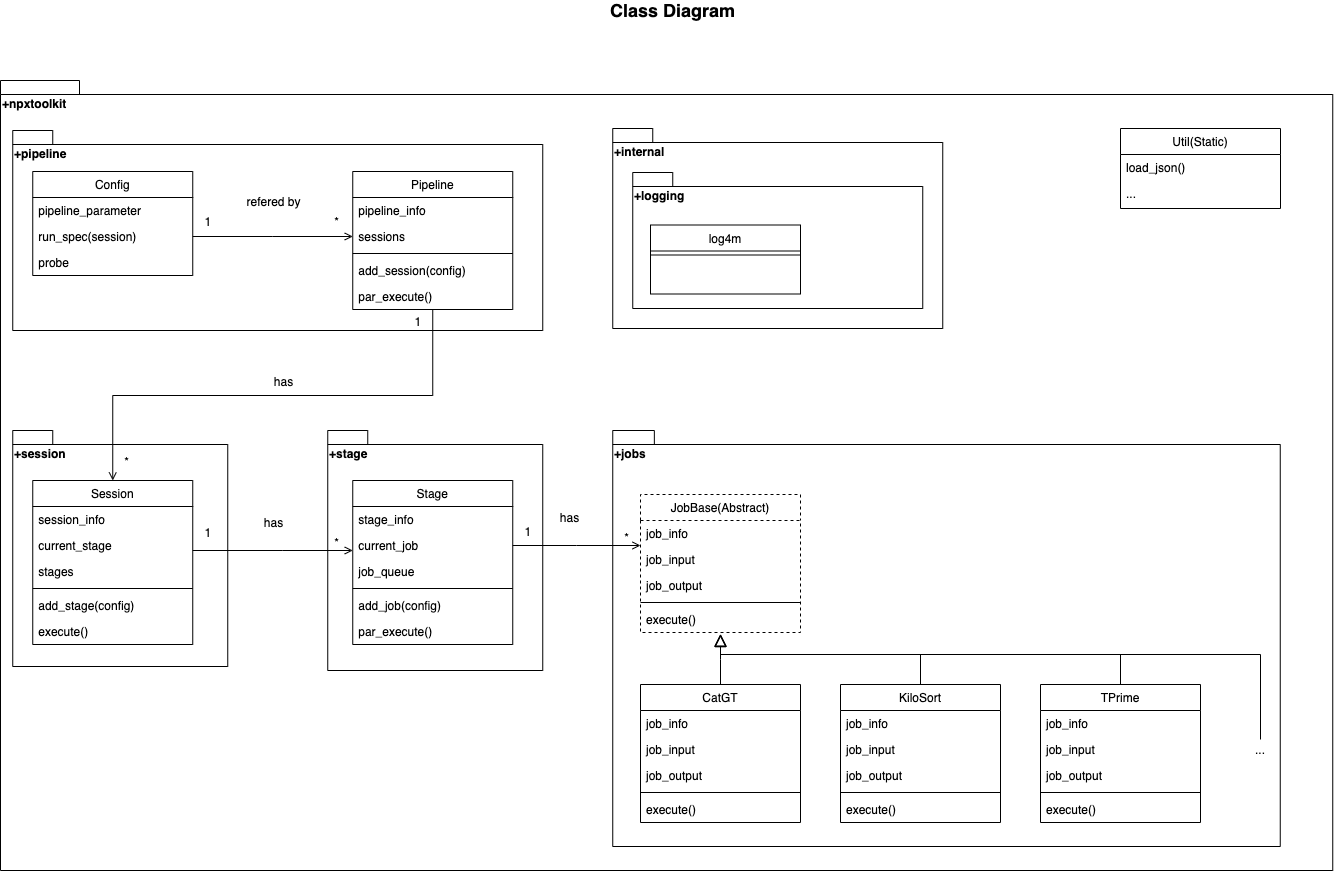
Before: docs/class_diagram.drawio.png, a diagram exported from draw.io (MATLAB-Community-Toolboxes-at-INCF/neuropixels-toolkit). Source tidied: cells renumbered, new cells last; positions are measured from the earlier drawing's top-left corner, leaving out a move shared by most shapes.
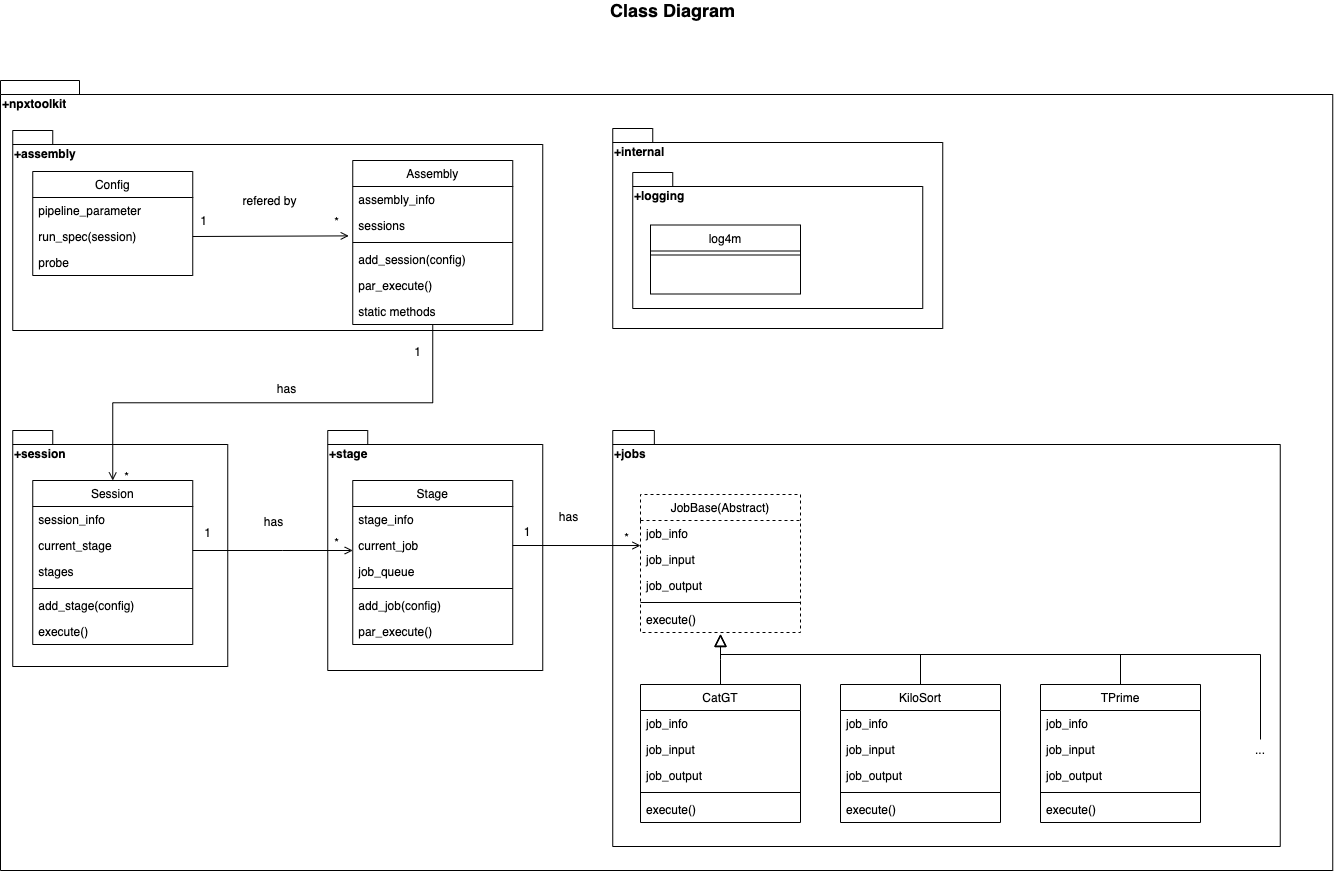
Later version of the same file.

The edit, as a diff of the source:
```diff
@@ -11,18 +11,9 @@
     <mxCell id="4" value="+stage&lt;span style=&quot;color: rgba(0 , 0 , 0 , 0) ; font-family: monospace ; font-size: 0px ; font-weight: 400&quot;&gt;%3CmxGraphModel%3E%3Croot%3E%3CmxCell%20id%3D%220%22%2F%3E%3CmxCell%20id%3D%221%22%20parent%3D%220%22%2F%3E%3CmxCell%20id%3D%222%22%20value%3D%22%2Bpipeline%22%20style%3D%22shape%3Dfolder%3BfontStyle%3D1%3BspacingTop%3D10%3BtabWidth%3D40%3BtabHeight%3D14%3BtabPosition%3Dleft%3Bhtml%3D1%3BverticalAlign%3Dtop%3Balign%3Dleft%3B%22%20vertex%3D%221%22%20parent%3D%221%22%3E%3CmxGeometry%20x%3D%22-10%22%20y%3D%22-20%22%20width%3D%22250%22%20height%3D%22430%22%20as%3D%22geometry%22%2F%3E%3C%2FmxCell%3E%3C%2Froot%3E%3C%2FmxGraphModel%3E&lt;/span&gt;" style="shape=folder;fontStyle=1;spacingTop=10;tabWidth=40;tabHeight=14;tabPosition=left;html=1;verticalAlign=top;align=left;" parent="1" vertex="1">
       <mxGeometry x="327.2" y="430" width="215" height="240" as="geometry" />
     </mxCell>
-    <mxCell id="5" value="+pipeline" style="shape=folder;fontStyle=1;spacingTop=10;tabWidth=40;tabHeight=14;tabPosition=left;html=1;verticalAlign=top;align=left;" parent="1" vertex="1">
+    <mxCell id="5" value="+assembly" style="shape=folder;fontStyle=1;spacingTop=10;tabWidth=40;tabHeight=14;tabPosition=left;html=1;verticalAlign=top;align=left;" parent="1" vertex="1">
       <mxGeometry x="12.2" y="130" width="530" height="200" as="geometry" />
     </mxCell>
-    <mxCell id="6" value="Util(Static)" style="swimlane;fontStyle=0;align=center;verticalAlign=top;horizontal=1;startSize=26;rounded=0;shadow=0;strokeWidth=1;" parent="1" vertex="1">
-      <mxGeometry x="1120" y="128" width="160" height="80" as="geometry" />
-    </mxCell>
-    <mxCell id="7" value="load_json()" style="text;align=left;verticalAlign=top;spacingLeft=4;spacingRight=4;overflow=hidden;rounded=0;shadow=0;html=0;" parent="6" vertex="1">
-      <mxGeometry y="26" width="160" height="26" as="geometry" />
-    </mxCell>
-    <mxCell id="8" value="..." style="text;align=left;verticalAlign=top;spacingLeft=4;spacingRight=4;overflow=hidden;rounded=0;shadow=0;html=0;" parent="6" vertex="1">
-      <mxGeometry y="52" width="160" height="26" as="geometry" />
-    </mxCell>
     <mxCell id="9" value="Class Diagram" style="text;html=1;strokeColor=none;fillColor=none;align=center;verticalAlign=middle;whiteSpace=wrap;rounded=0;fontStyle=1;fontSize=18;" parent="1" vertex="1">
       <mxGeometry x="470" width="405" height="20" as="geometry" />
     </mxCell>
@@ -38,10 +29,10 @@
     <mxCell id="13" value="probe" style="text;align=left;verticalAlign=top;spacingLeft=4;spacingRight=4;overflow=hidden;rounded=0;shadow=0;html=0;" parent="10" vertex="1">
       <mxGeometry y="78" width="160" height="26" as="geometry" />
     </mxCell>
-    <mxCell id="14" value="Pipeline" style="swimlane;fontStyle=0;align=center;verticalAlign=top;horizontal=1;startSize=26;rounded=0;shadow=0;strokeWidth=1;" parent="1" vertex="1">
-      <mxGeometry x="352.2" y="171" width="160" height="138" as="geometry" />
+    <mxCell id="14" value="Assembly" style="swimlane;fontStyle=0;align=center;verticalAlign=top;horizontal=1;startSize=26;rounded=0;shadow=0;strokeWidth=1;" parent="1" vertex="1">
+      <mxGeometry x="352.2" y="160" width="160" height="164" as="geometry" />
     </mxCell>
-    <mxCell id="15" value="pipeline_info" style="text;align=left;verticalAlign=top;spacingLeft=4;spacingRight=4;overflow=hidden;rounded=0;shadow=0;html=0;" parent="14" vertex="1">
+    <mxCell id="15" value="assembly_info" style="text;align=left;verticalAlign=top;spacingLeft=4;spacingRight=4;overflow=hidden;rounded=0;shadow=0;html=0;" parent="14" vertex="1">
       <mxGeometry y="26" width="160" height="26" as="geometry" />
     </mxCell>
     <mxCell id="16" value="sessions" style="text;align=left;verticalAlign=top;spacingLeft=4;spacingRight=4;overflow=hidden;points=[[0,0.5],[1,0.5]];portConstraint=eastwest;rounded=0;shadow=0;html=0;" parent="14" vertex="1">
@@ -56,6 +47,9 @@
     <mxCell id="19" value="par_execute()" style="text;align=left;verticalAlign=top;spacingLeft=4;spacingRight=4;overflow=hidden;" parent="14" vertex="1">
       <mxGeometry y="112" width="160" height="26" as="geometry" />
     </mxCell>
+    <mxCell id="84" value="static methods" style="text;align=left;verticalAlign=top;spacingLeft=4;spacingRight=4;overflow=hidden;" parent="14" vertex="1">
+      <mxGeometry y="138" width="160" height="26" as="geometry" />
+    </mxCell>
     <mxCell id="20" value="Session" style="swimlane;fontStyle=0;align=center;verticalAlign=top;horizontal=1;startSize=26;rounded=0;shadow=0;strokeWidth=1;" parent="1" vertex="1">
       <mxGeometry x="32.2" y="480" width="160" height="164" as="geometry" />
     </mxCell>
@@ -98,7 +92,7 @@
     <mxCell id="33" value="par_execute()" style="text;align=left;verticalAlign=top;spacingLeft=4;spacingRight=4;overflow=hidden;" parent="27" vertex="1">
       <mxGeometry y="138" width="160" height="26" as="geometry" />
     </mxCell>
-    <mxCell id="34" style="endArrow=open;shadow=0;strokeWidth=1;rounded=0;endFill=1;edgeStyle=elbowEdgeStyle;elbow=vertical;entryX=0;entryY=0.5;entryDx=0;entryDy=0;exitX=1;exitY=0.5;exitDx=0;exitDy=0;" parent="1" edge="1" source="12" target="16">
+    <mxCell id="34" style="endArrow=open;shadow=0;strokeWidth=1;rounded=0;endFill=1;edgeStyle=elbowEdgeStyle;elbow=vertical;entryX=-0.025;entryY=0.899;entryDx=0;entryDy=0;exitX=1;exitY=0.5;exitDx=0;exitDy=0;entryPerimeter=0;" parent="1" edge="1" source="12" target="16">
       <mxGeometry x="0.5" y="41" relative="1" as="geometry">
         <mxPoint x="-40" y="32" as="offset" />
       </mxGeometry>
@@ -130,7 +124,7 @@
     </mxCell>
     <mxCell id="40" value="1" style="align=right;verticalAlign=bottom;labelBackgroundColor=none;fontSize=12;" parent="38" vertex="1">
       <mxGeometry x="1" relative="1" as="geometry">
-        <mxPoint x="310" y="-150" as="offset" />
+        <mxPoint x="310" y="-120" as="offset" />
       </mxGeometry>
     </mxCell>
     <mxCell id="41" value="has" style="text;html=1;align=center;verticalAlign=middle;labelBackgroundColor=none;rounded=0;shadow=0;strokeWidth=1;fontSize=12;" parent="38" vertex="1">
```
